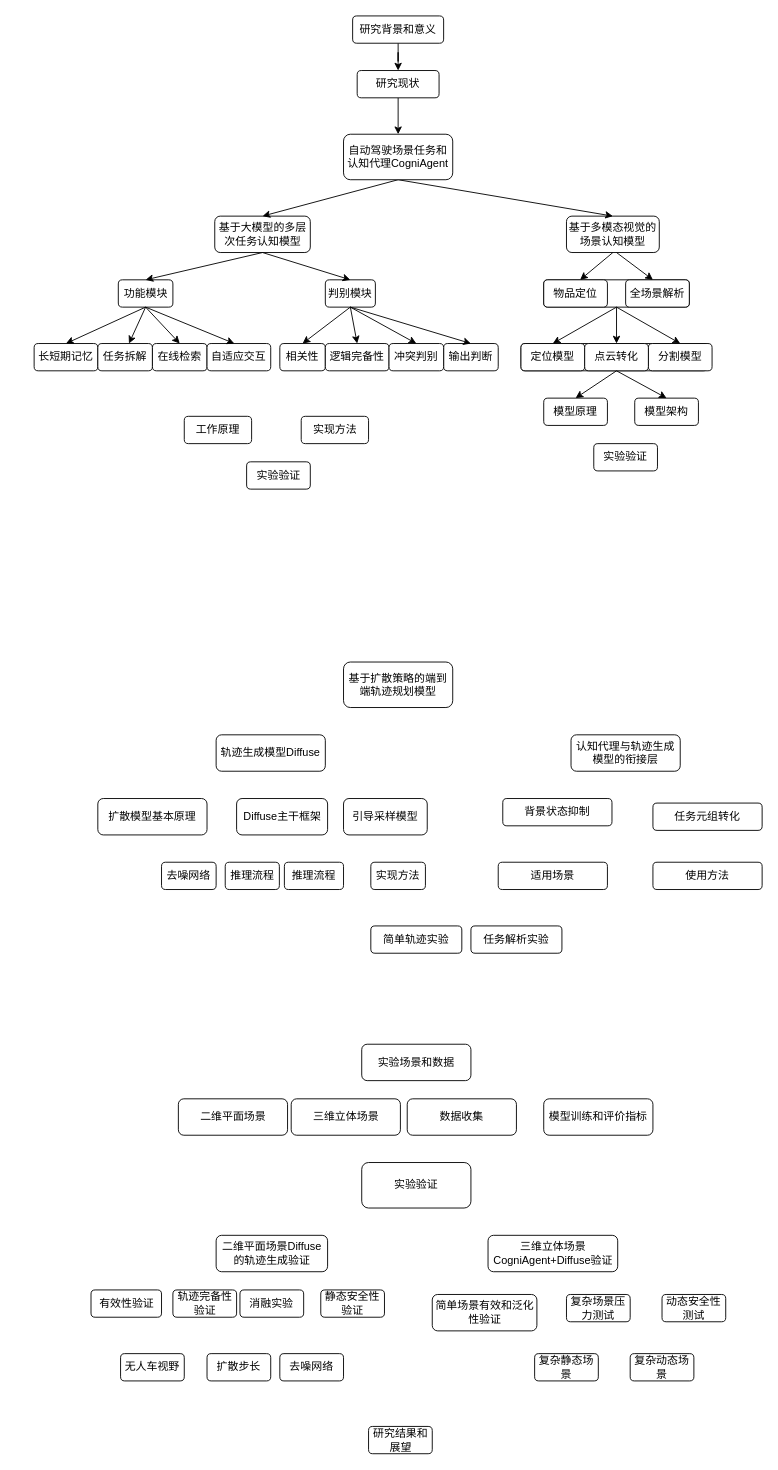
Earlier version of the draw.io diagram 技术路线图.drawio (abigfreshman/abigfreshman). Source tidied: cells renumbered, new cells numbered last; positions are measured from the earlier drawing's top-left corner, leaving out a move shared by most shapes. Both pictures are drawn from the tidied source at 91%, with x=0, y=0 at pixel (34, 15).
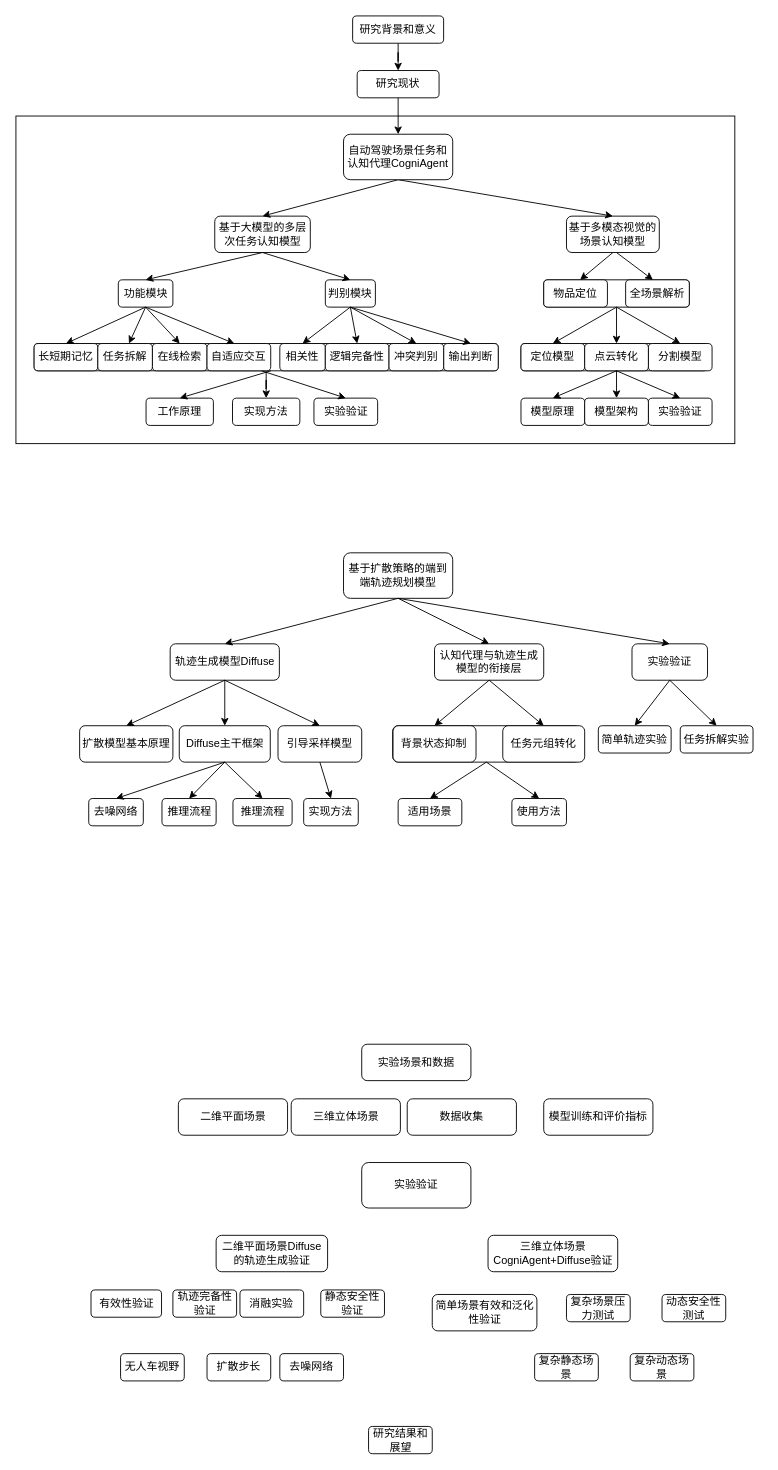
The same diagram, later.

Commit message (it also covers changes not shown here):
Update 技术路线图.drawio

Diff of the diagram source:
```diff
@@
+    <mxCell id="88" style="rounded=1;whiteSpace=wrap;html=1;" parent="1" vertex="1">
+      <mxGeometry x="394" y="780" width="206" height="40" as="geometry" />
+    </mxCell>
+    <mxCell id="89" style="rounded=0;whiteSpace=wrap;html=1;" parent="1" vertex="1">
+      <mxGeometry x="-20" y="110" width="790" height="360" as="geometry" />
+    </mxCell>
+    <mxCell id="90" style="edgeStyle=orthogonalEdgeStyle;rounded=0;jettySize=auto;html=1;entryX=0.5;entryY=0;entryDx=0;entryDy=0;" parent="1" edge="1" source="91" target="86">
+      <mxGeometry relative="1" as="geometry" />
+    </mxCell>
+    <mxCell id="91" style="rounded=1;whiteSpace=wrap;html=1;" parent="1" vertex="1">
+      <mxGeometry y="360" width="510" height="30" as="geometry" />
+    </mxCell>
@@
     <mxCell id="36" value="模型原理" style="rounded=1;whiteSpace=wrap;html=1;" parent="1" vertex="1">
-      <mxGeometry x="560" y="420" width="70" height="30" as="geometry" />
+      <mxGeometry x="535" y="420" width="70" height="30" as="geometry" />
     </mxCell>
     <mxCell id="37" value="实验验证" style="rounded=1;whiteSpace=wrap;html=1;" parent="1" vertex="1">
-      <mxGeometry x="615" y="470" width="70" height="30" as="geometry" />
+      <mxGeometry x="675" y="420" width="70" height="30" as="geometry" />
     </mxCell>
@@
     <mxCell id="40" value="基于扩散策略的端到端轨迹规划模型" style="rounded=1;whiteSpace=wrap;html=1;" parent="1" vertex="1">
-      <mxGeometry x="340" y="710" width="120" height="50" as="geometry" />
+      <mxGeometry x="340" y="590" width="120" height="50" as="geometry" />
     </mxCell>
     <mxCell id="41" value="轨迹生成模型Diffuse" style="whiteSpace=wrap;html=1;rounded=1;" parent="1" vertex="1">
-      <mxGeometry x="200" y="790" width="120" height="40" as="geometry" />
+      <mxGeometry x="149.5" y="690" width="120" height="40" as="geometry" />
     </mxCell>
     <mxCell id="42" value="认知代理与轨迹生成模型的衔接层" style="whiteSpace=wrap;html=1;rounded=1;" parent="1" vertex="1">
-      <mxGeometry x="590" y="790" width="120" height="40" as="geometry" />
+      <mxGeometry x="440" y="690" width="120" height="40" as="geometry" />
     </mxCell>
     <mxCell id="43" value="扩散模型基本原理" style="whiteSpace=wrap;html=1;rounded=1;" parent="1" vertex="1">
-      <mxGeometry x="70" y="860" width="120" height="40" as="geometry" />
+      <mxGeometry x="50" y="780" width="102.5" height="40" as="geometry" />
     </mxCell>
     <mxCell id="44" value="Diffuse主干框架" style="whiteSpace=wrap;html=1;rounded=1;" parent="1" vertex="1">
-      <mxGeometry x="222.5" y="860" width="100" height="40" as="geometry" />
+      <mxGeometry x="159.5" y="780" width="100" height="40" as="geometry" />
     </mxCell>
     <mxCell id="45" value="引导采样模型" style="whiteSpace=wrap;html=1;rounded=1;" parent="1" vertex="1">
-      <mxGeometry x="340" y="860" width="92" height="40" as="geometry" />
+      <mxGeometry x="268" y="780" width="92" height="40" as="geometry" />
     </mxCell>
@@
     <mxCell id="47" value="去噪网络" style="whiteSpace=wrap;html=1;rounded=1;" parent="1" vertex="1">
-      <mxGeometry x="140" y="930" width="60" height="30" as="geometry" />
+      <mxGeometry x="60" y="860" width="60" height="30" as="geometry" />
     </mxCell>
     <mxCell id="48" value="推理流程" style="whiteSpace=wrap;html=1;rounded=1;" parent="1" vertex="1">
-      <mxGeometry x="210" y="930" width="59.5" height="30" as="geometry" />
+      <mxGeometry x="140.5" y="860" width="59.5" height="30" as="geometry" />
     </mxCell>
     <mxCell id="49" value="推理流程" style="whiteSpace=wrap;html=1;rounded=1;" parent="1" vertex="1">
-      <mxGeometry x="275" y="930" width="65" height="30" as="geometry" />
+      <mxGeometry x="218.5" y="860" width="65" height="30" as="geometry" />
     </mxCell>
     <mxCell id="50" value="实现方法" style="whiteSpace=wrap;html=1;rounded=1;" parent="1" vertex="1">
-      <mxGeometry x="370" y="930" width="60" height="30" as="geometry" />
+      <mxGeometry x="296.2" y="860" width="60" height="30" as="geometry" />
     </mxCell>
     <mxCell id="51" value="背景状态抑制" style="whiteSpace=wrap;html=1;rounded=1;" parent="1" vertex="1">
-      <mxGeometry x="515" y="860" width="120" height="30" as="geometry" />
+      <mxGeometry x="394.4" y="780" width="91.2" height="40" as="geometry" />
     </mxCell>
     <mxCell id="52" value="任务元组转化" style="whiteSpace=wrap;html=1;rounded=1;" parent="1" vertex="1">
-      <mxGeometry x="680" y="865" width="120" height="30" as="geometry" />
+      <mxGeometry x="515" y="780" width="90" height="40" as="geometry" />
     </mxCell>
     <mxCell id="53" value="适用场景" style="whiteSpace=wrap;html=1;rounded=1;" parent="1" vertex="1">
-      <mxGeometry x="510" y="930" width="120" height="30" as="geometry" />
+      <mxGeometry x="400" y="860" width="70" height="30" as="geometry" />
     </mxCell>
     <mxCell id="54" value="使用方法" style="whiteSpace=wrap;html=1;rounded=1;" parent="1" vertex="1">
-      <mxGeometry x="680" y="930" width="120" height="30" as="geometry" />
+      <mxGeometry x="525" y="860" width="60" height="30" as="geometry" />
     </mxCell>
     <mxCell id="55" value="简单轨迹实验" style="rounded=1;whiteSpace=wrap;html=1;" parent="1" vertex="1">
-      <mxGeometry x="370" y="1000" width="100" height="30" as="geometry" />
+      <mxGeometry x="620" y="780" width="80" height="30" as="geometry" />
     </mxCell>
-    <mxCell id="56" value="任务解析实验" style="rounded=1;whiteSpace=wrap;html=1;" parent="1" vertex="1">
-      <mxGeometry x="480" y="1000" width="100" height="30" as="geometry" />
+    <mxCell id="56" value="实验验证" style="rounded=1;whiteSpace=wrap;html=1;" parent="1" vertex="1">
+      <mxGeometry x="657" y="690" width="83" height="40" as="geometry" />
     </mxCell>
@@
     <mxCell id="82" value="模型架构" style="rounded=1;whiteSpace=wrap;html=1;" parent="1" vertex="1">
-      <mxGeometry x="660" y="420" width="70" height="30" as="geometry" />
+      <mxGeometry x="605" y="420" width="70" height="30" as="geometry" />
     </mxCell>
@@
     <mxCell id="85" value="工作原理" style="rounded=1;whiteSpace=wrap;html=1;" parent="1" vertex="1">
-      <mxGeometry x="165" y="440" width="74" height="30" as="geometry" />
+      <mxGeometry x="123" y="420" width="74" height="30" as="geometry" />
     </mxCell>
     <mxCell id="86" value="实现方法" style="rounded=1;whiteSpace=wrap;html=1;" parent="1" vertex="1">
-      <mxGeometry x="293.5" y="440" width="74" height="30" as="geometry" />
+      <mxGeometry x="218" y="420" width="74" height="30" as="geometry" />
     </mxCell>
     <mxCell id="87" value="实验验证" style="rounded=1;whiteSpace=wrap;html=1;" parent="1" vertex="1">
-      <mxGeometry x="233.5" y="490" width="70" height="30" as="geometry" />
+      <mxGeometry x="307.5" y="420" width="70" height="30" as="geometry" />
     </mxCell>
+    <mxCell id="92" style="endArrow=classic;html=1;rounded=0;entryX=0.5;entryY=0;entryDx=0;entryDy=0;" parent="1" edge="1" target="87">
+      <mxGeometry relative="1" as="geometry">
+        <mxPoint x="250" y="390" as="sourcePoint" />
+      </mxGeometry>
+    </mxCell>
+    <mxCell id="93" style="endArrow=classic;html=1;rounded=0;entryX=0.5;entryY=0;entryDx=0;entryDy=0;exitX=0.51;exitY=1;exitDx=0;exitDy=0;exitPerimeter=0;" parent="1" edge="1" source="91" target="85">
+      <mxGeometry relative="1" as="geometry" />
+    </mxCell>
+    <mxCell id="94" style="endArrow=classic;html=1;rounded=0;entryX=0.5;entryY=0;entryDx=0;entryDy=0;" parent="1" edge="1" target="37">
+      <mxGeometry relative="1" as="geometry">
+        <mxPoint x="640" y="390" as="sourcePoint" />
+      </mxGeometry>
+    </mxCell>
+    <mxCell id="95" style="endArrow=classic;html=1;rounded=0;entryX=0.5;entryY=0;entryDx=0;entryDy=0;exitX=0.5;exitY=1;exitDx=0;exitDy=0;" parent="1" edge="1" source="88" target="53">
+      <mxGeometry relative="1" as="geometry" />
+    </mxCell>
+    <mxCell id="96" style="endArrow=classic;html=1;rounded=0;entryX=0.5;entryY=0;entryDx=0;entryDy=0;exitX=0.5;exitY=1;exitDx=0;exitDy=0;" parent="1" edge="1" source="45" target="50">
+      <mxGeometry relative="1" as="geometry" />
+    </mxCell>
+    <mxCell id="97" style="endArrow=classic;html=1;rounded=0;entryX=0.5;entryY=0;entryDx=0;entryDy=0;exitX=0.5;exitY=1;exitDx=0;exitDy=0;" parent="1" edge="1" source="44" target="49">
+      <mxGeometry relative="1" as="geometry" />
+    </mxCell>
+    <mxCell id="98" style="endArrow=classic;html=1;rounded=0;entryX=0.5;entryY=0;entryDx=0;entryDy=0;exitX=0.5;exitY=1;exitDx=0;exitDy=0;" parent="1" edge="1" source="44" target="48">
+      <mxGeometry relative="1" as="geometry" />
+    </mxCell>
+    <mxCell id="99" style="endArrow=classic;html=1;rounded=0;entryX=0.5;entryY=0;entryDx=0;entryDy=0;exitX=0.5;exitY=1;exitDx=0;exitDy=0;" parent="1" edge="1" source="44" target="47">
+      <mxGeometry relative="1" as="geometry" />
+    </mxCell>
+    <mxCell id="100" style="endArrow=classic;html=1;rounded=0;entryX=0.5;entryY=0;entryDx=0;entryDy=0;exitX=0.5;exitY=1;exitDx=0;exitDy=0;" parent="1" edge="1" source="42" target="52">
+      <mxGeometry relative="1" as="geometry" />
+    </mxCell>
+    <mxCell id="101" style="endArrow=classic;html=1;rounded=0;entryX=0.5;entryY=0;entryDx=0;entryDy=0;exitX=0.5;exitY=1;exitDx=0;exitDy=0;" parent="1" edge="1" source="42" target="51">
+      <mxGeometry relative="1" as="geometry" />
+    </mxCell>
+    <mxCell id="102" style="endArrow=classic;html=1;rounded=0;entryX=0.5;entryY=0;entryDx=0;entryDy=0;exitX=0.5;exitY=1;exitDx=0;exitDy=0;" parent="1" edge="1" source="41" target="45">
+      <mxGeometry relative="1" as="geometry" />
+    </mxCell>
+    <mxCell id="103" style="endArrow=classic;html=1;rounded=0;entryX=0.5;entryY=0;entryDx=0;entryDy=0;exitX=0.5;exitY=1;exitDx=0;exitDy=0;" parent="1" edge="1" source="41" target="44">
+      <mxGeometry relative="1" as="geometry" />
+    </mxCell>
+    <mxCell id="104" style="endArrow=classic;html=1;rounded=0;exitX=0.5;exitY=1;exitDx=0;exitDy=0;entryX=0.5;entryY=0;entryDx=0;entryDy=0;" parent="1" edge="1" source="41" target="43">
+      <mxGeometry relative="1" as="geometry" />
+    </mxCell>
+    <mxCell id="105" style="endArrow=classic;html=1;rounded=0;entryX=0.5;entryY=0;entryDx=0;entryDy=0;exitX=0.5;exitY=1;exitDx=0;exitDy=0;" parent="1" edge="1" source="40" target="41">
+      <mxGeometry relative="1" as="geometry" />
+    </mxCell>
+    <mxCell id="106" style="endArrow=classic;html=1;rounded=0;entryX=0.5;entryY=0;entryDx=0;entryDy=0;exitX=0.5;exitY=1;exitDx=0;exitDy=0;" parent="1" edge="1" source="40" target="42">
+      <mxGeometry relative="1" as="geometry" />
+    </mxCell>
+    <mxCell id="107" style="endArrow=classic;html=1;rounded=0;entryX=0.5;entryY=0;entryDx=0;entryDy=0;exitX=0.5;exitY=1;exitDx=0;exitDy=0;" parent="1" edge="1" source="88" target="54">
+      <mxGeometry relative="1" as="geometry" />
+    </mxCell>
+    <mxCell id="108" style="endArrow=classic;html=1;rounded=0;entryX=0.5;entryY=0;entryDx=0;entryDy=0;exitX=0.5;exitY=1;exitDx=0;exitDy=0;" parent="1" edge="1" source="40" target="56">
+      <mxGeometry relative="1" as="geometry" />
+    </mxCell>
+    <mxCell id="109" style="endArrow=classic;html=1;rounded=0;entryX=0.5;entryY=0;entryDx=0;entryDy=0;exitX=0.5;exitY=1;exitDx=0;exitDy=0;" parent="1" edge="1" source="56" target="55">
+      <mxGeometry relative="1" as="geometry" />
+    </mxCell>
+    <mxCell id="110" style="endArrow=classic;html=1;rounded=0;exitX=0.5;exitY=1;exitDx=0;exitDy=0;entryX=0.5;entryY=0;entryDx=0;entryDy=0;" parent="1" edge="1" source="56" target="111">
+      <mxGeometry relative="1" as="geometry" />
+    </mxCell>
+    <mxCell id="111" value="任务拆解实验" style="rounded=1;whiteSpace=wrap;html=1;" parent="1" vertex="1">
+      <mxGeometry x="710" y="780" width="80" height="30" as="geometry" />
+    </mxCell>
```
